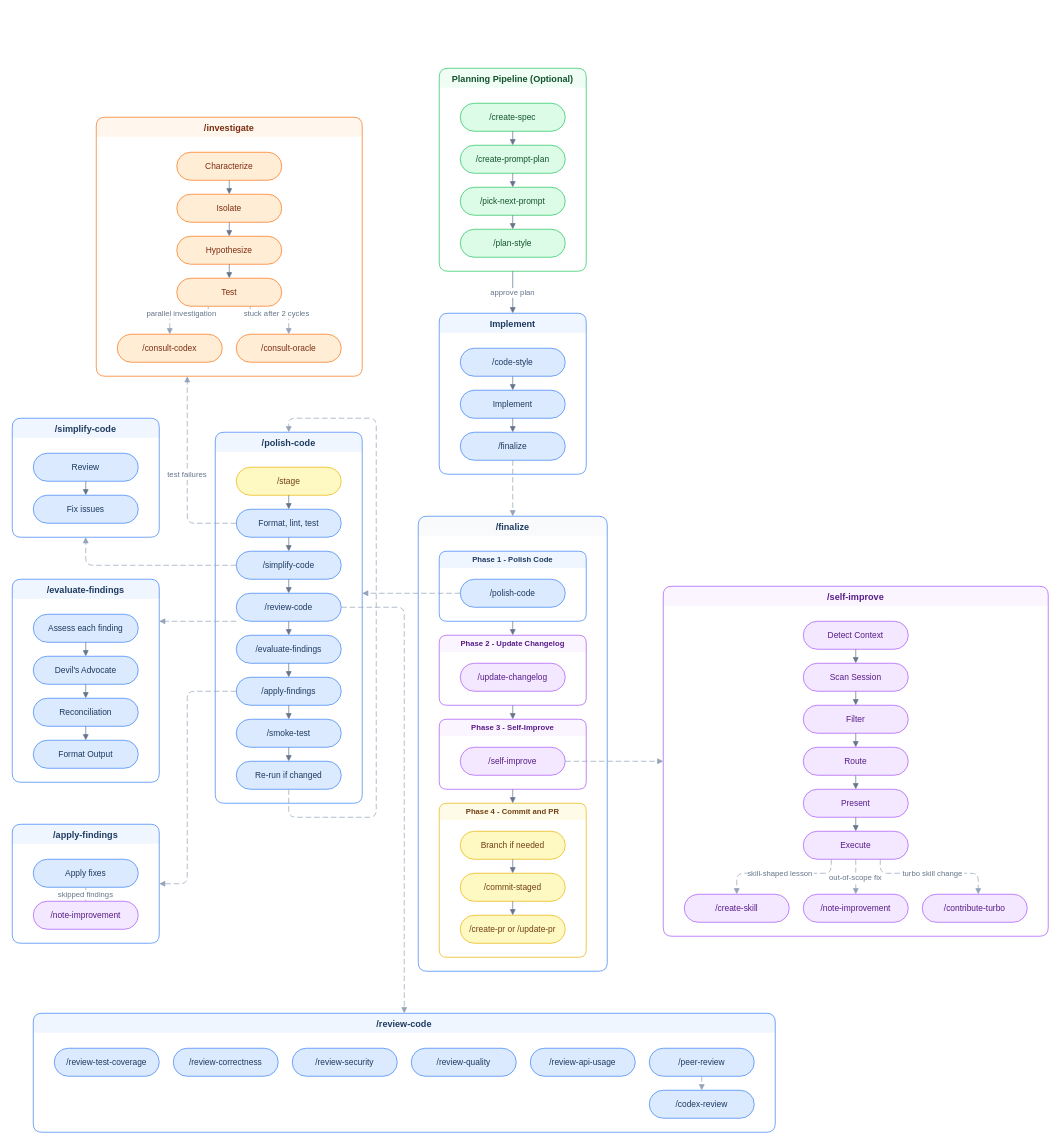
This is assets/how-skills-connect.drawio from nathan-hayashi/turbo, a draw.io file, before an edit. Source tidied: cells renumbered, new cells numbered last; positions are measured from the earlier drawing's top-left corner, leaving out a move shared by most shapes. Both pictures are drawn from the tidied source at 70%, with x=0, y=0 at pixel (12, 68).
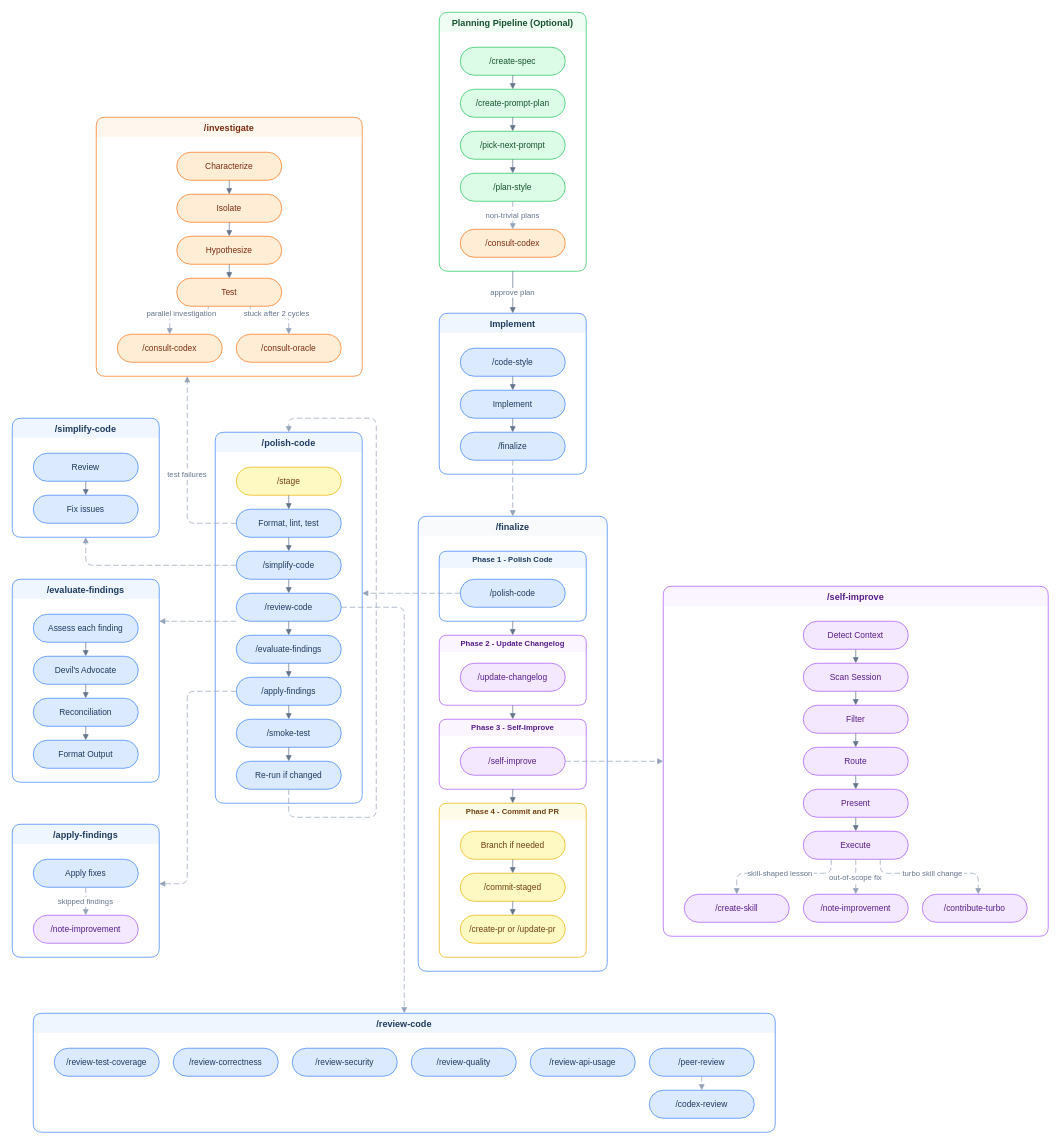
After the change.

Commit message (it also covers changes not shown here):
Add codex plan review to /plan-style, persist consultation artifacts in /consult-codex and /consult-oracle

Unchanged cells that the change refers to:
```xml
<mxCell id="6" value="/plan-style" style="rounded=1;whiteSpace=wrap;html=1;arcSize=50;fillColor=#dcfce7;strokeColor=#22c55e;fontColor=#14532d;fontSize=12;" parent="2" vertex="1">
  <mxGeometry x="30" y="230" width="150" height="40" as="geometry" />
</mxCell>
```

Change to the diagram source:
```diff
@@
     <mxCell id="2" value="Planning Pipeline (Optional)" style="swimlane;startSize=28;rounded=1;fillColor=#f0fdf4;strokeColor=#22c55e;fontColor=#14532d;fontStyle=1;fontSize=13;swimlaneLine=0;" parent="1" vertex="1">
-      <mxGeometry x="610" width="210" height="290" as="geometry" />
+      <mxGeometry x="610" y="-80" width="210" height="370" as="geometry" />
     </mxCell>
@@
+    <mxCell id="113" value="/consult-codex" style="rounded=1;whiteSpace=wrap;html=1;arcSize=50;fillColor=#ffedd5;strokeColor=#f97316;fontColor=#7c2d12;fontSize=12;" parent="2" vertex="1">
+      <mxGeometry x="30" y="310" width="150" height="40" as="geometry" />
+    </mxCell>
+    <mxCell id="114" value="non-trivial plans" style="dashed=1;dashPattern=8 4;endArrow=block;endFill=1;rounded=1;edgeStyle=orthogonalEdgeStyle;strokeColor=#94a3b8;fontSize=11;fontColor=#64748b;" parent="2" edge="1" source="6" target="113">
+      <mxGeometry relative="1" as="geometry" />
+    </mxCell>
@@
     <mxCell id="82" value="/apply-findings" style="swimlane;startSize=28;rounded=1;fillColor=#eff6ff;strokeColor=#3b82f6;fontColor=#1e3a5f;fontStyle=1;fontSize=13;swimlaneLine=0;" parent="1" vertex="1">
-      <mxGeometry y="1080" width="210" height="170" as="geometry" />
+      <mxGeometry y="1080" width="210" height="190" as="geometry" />
     </mxCell>
@@
     <mxCell id="84" value="/note-improvement" style="rounded=1;whiteSpace=wrap;html=1;arcSize=50;fillColor=#f3e8ff;strokeColor=#a855f7;fontColor=#581c87;fontSize=12;" parent="82" vertex="1">
-      <mxGeometry x="30" y="110" width="150" height="40" as="geometry" />
+      <mxGeometry x="30" y="130" width="150" height="40" as="geometry" />
     </mxCell>
```
